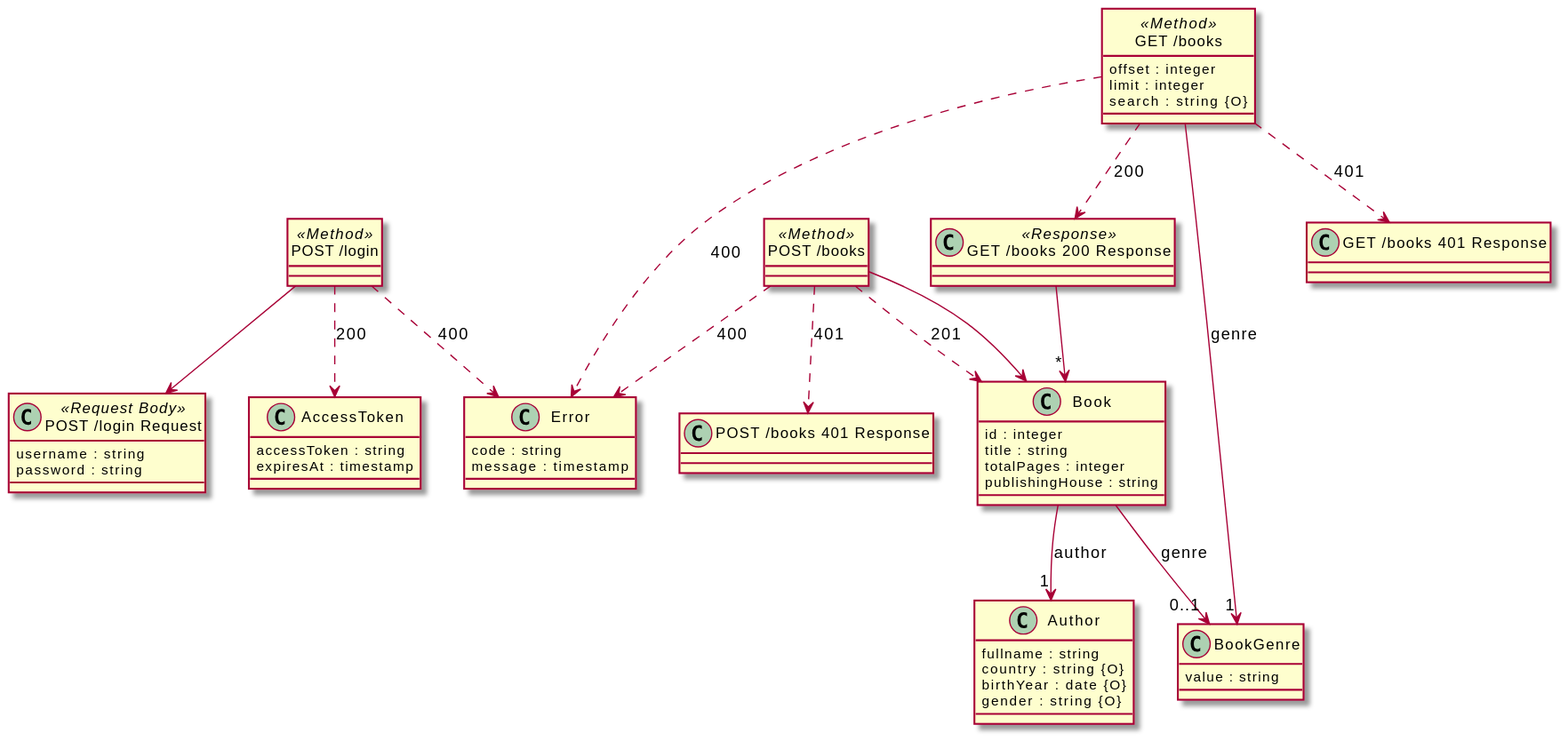
The PlantUML diagram src/docs/demos/bookstore.svg in davidmoten/openapi-to-plantuml, before a commit.
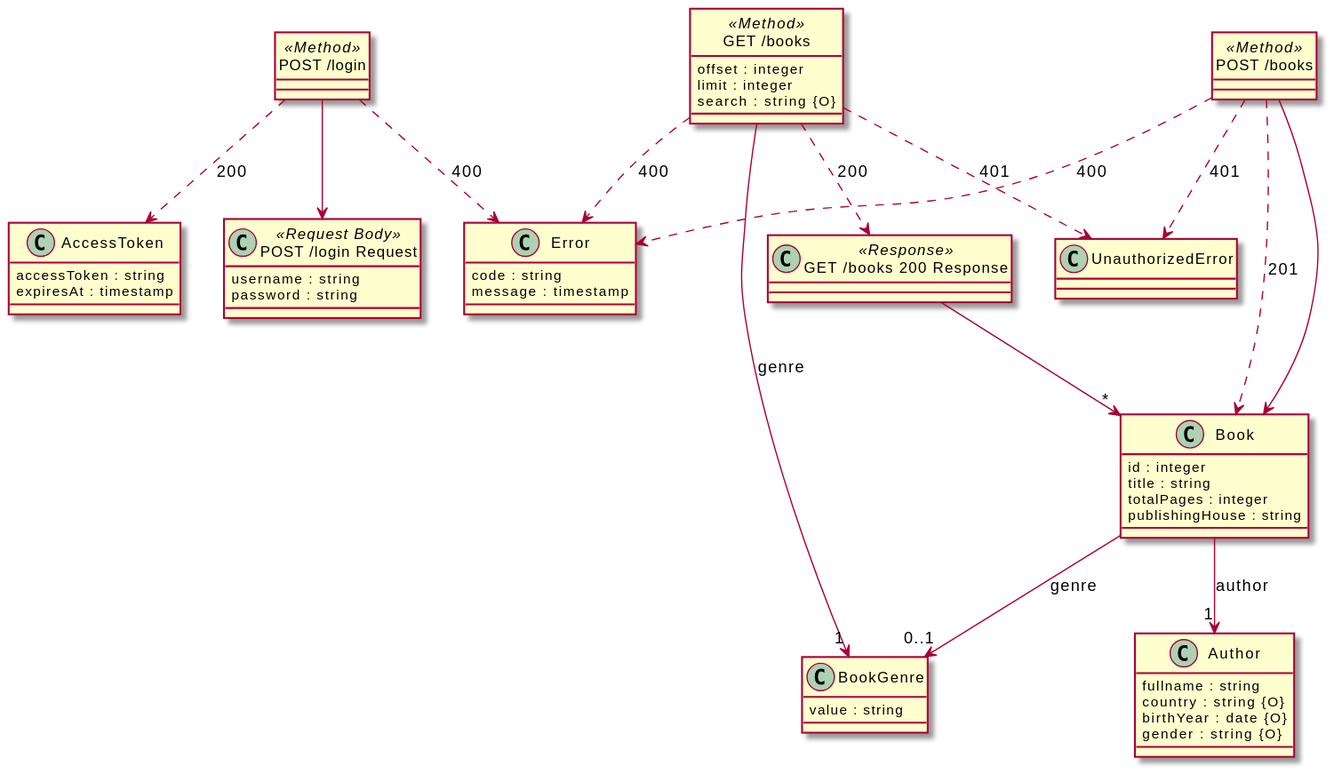
The same diagram one commit later.

Diff of the diagram source:
```diff
@@ -60,9 +60,8 @@
 "GET /books 200 Response" --> "*" "Book"
 
 "GET /books" ..> "GET /books 200 Response": 200
-class "GET /books 401 Response"{}
 
-"GET /books" ..> "GET /books 401 Response": 401
+"GET /books" ..> "UnauthorizedError": 401
 
 "GET /books" ..> "Error": 400
 
@@ -72,9 +71,8 @@
 "POST /books" ..> "Book": 201
 
 "POST /books" ..> "Error": 400
-class "POST /books 401 Response"{}
 
-"POST /books" ..> "POST /books 401 Response": 401
+"POST /books" ..> "UnauthorizedError": 401
 
 "POST /books" --> "Book"
 
```
